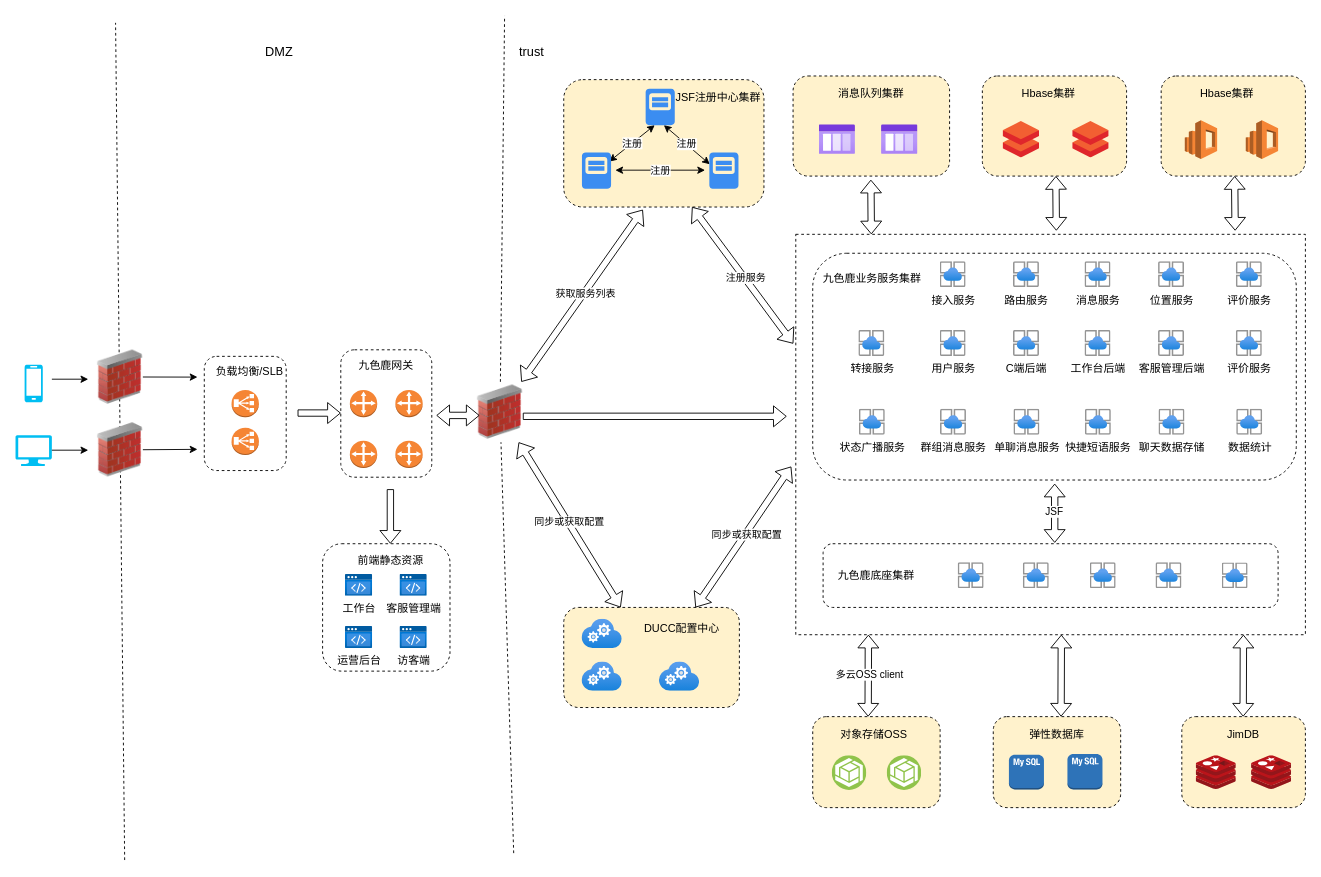
This is 九色鹿部署架构图.drawio from greenabyss/image, a draw.io file, before an edit. Source tidied: cells renumbered, new cells numbered last; positions are measured from the earlier drawing's top-left corner, leaving out a move shared by most shapes. Both pictures are drawn from the tidied source at 91%, with x=0, y=0 at pixel (15, 15).
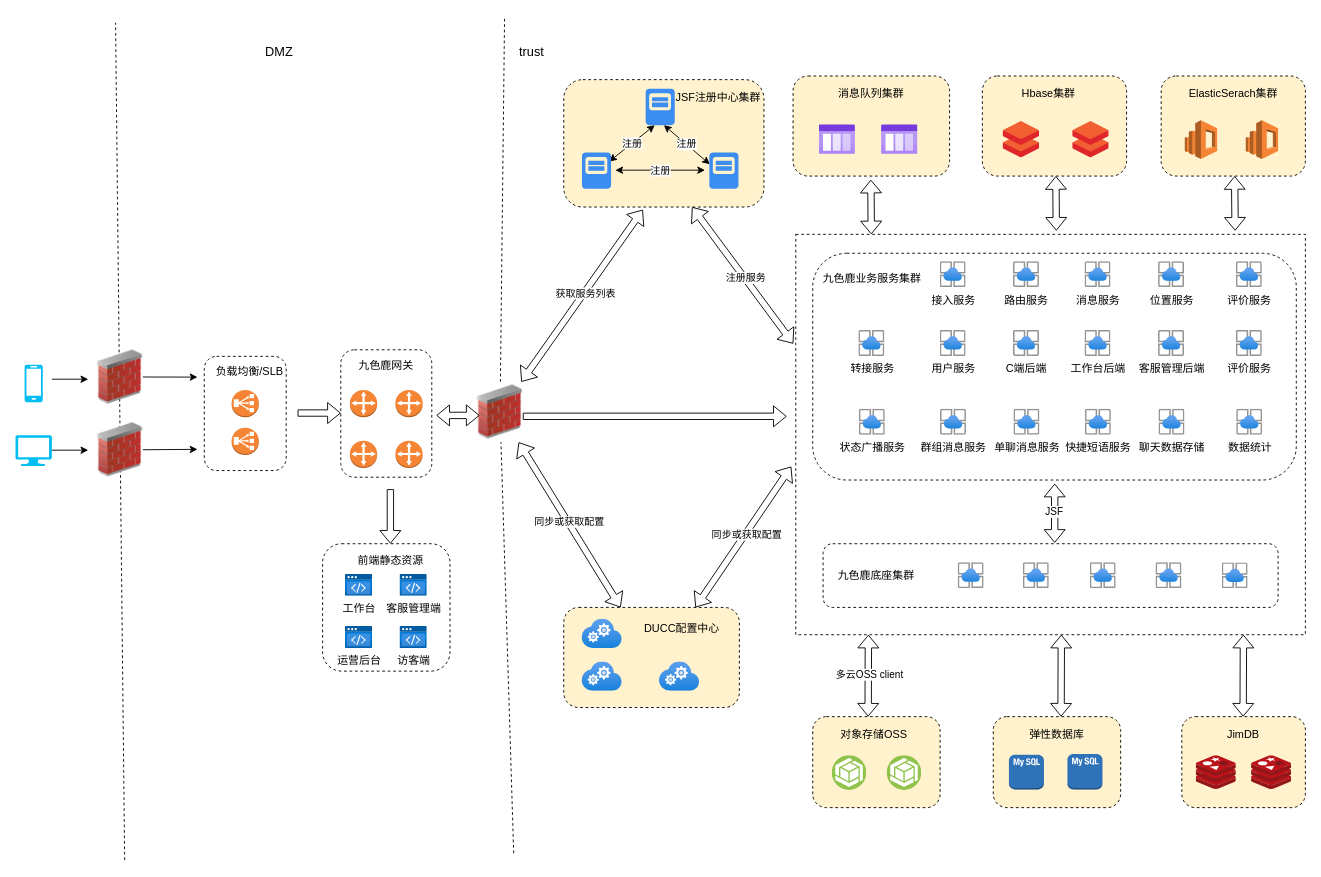
The same diagram, later.

Commit message:
更新九色鹿部署架构图.drawio

The edit, as a diff of the source:
```diff
@@
-    <mxCell id="113" value="Hbase集群" style="text;html=1;strokeColor=none;fillColor=none;align=center;verticalAlign=middle;whiteSpace=wrap;rounded=0;dashed=1;" parent="1" vertex="1">
-      <mxGeometry x="1267.2" y="76" width="130" height="20" as="geometry" />
+    <mxCell id="113" value="ElasticSerach集群" style="text;html=1;strokeColor=none;fillColor=none;align=center;verticalAlign=middle;whiteSpace=wrap;rounded=0;dashed=1;" parent="1" vertex="1">
+      <mxGeometry x="1273.8" y="76" width="130" height="20" as="geometry" />
     </mxCell>
```
